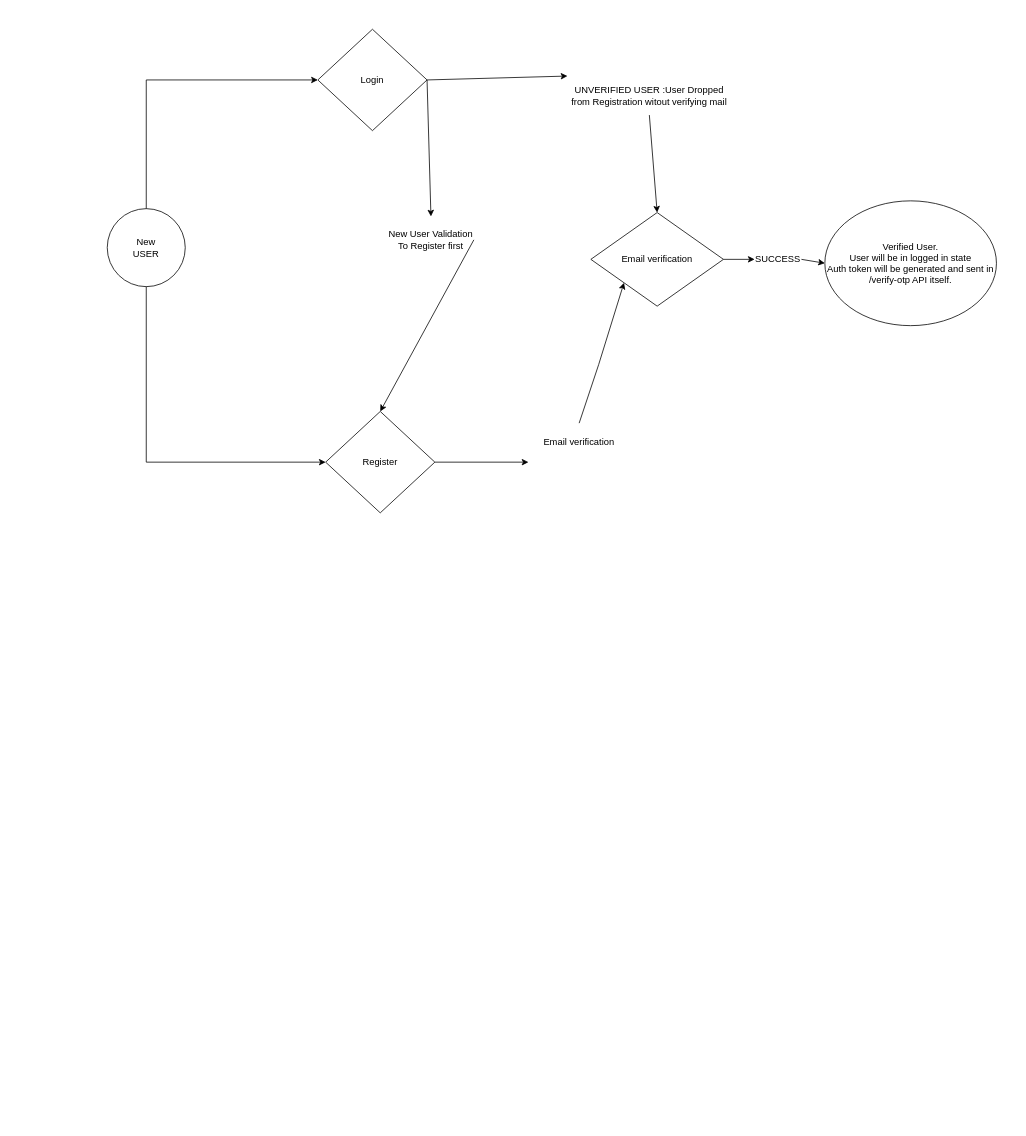
Above: TurnoverApiFlow.drawio in Dev280899/System-Designs (draw.io), before the change. Source tidied: cells renumbered, new cells numbered last; positions are measured from the earlier drawing's top-left corner, leaving out a move shared by most shapes. Both pictures are drawn from the tidied source at 78%, with x=0, y=0 at pixel (107, 29).
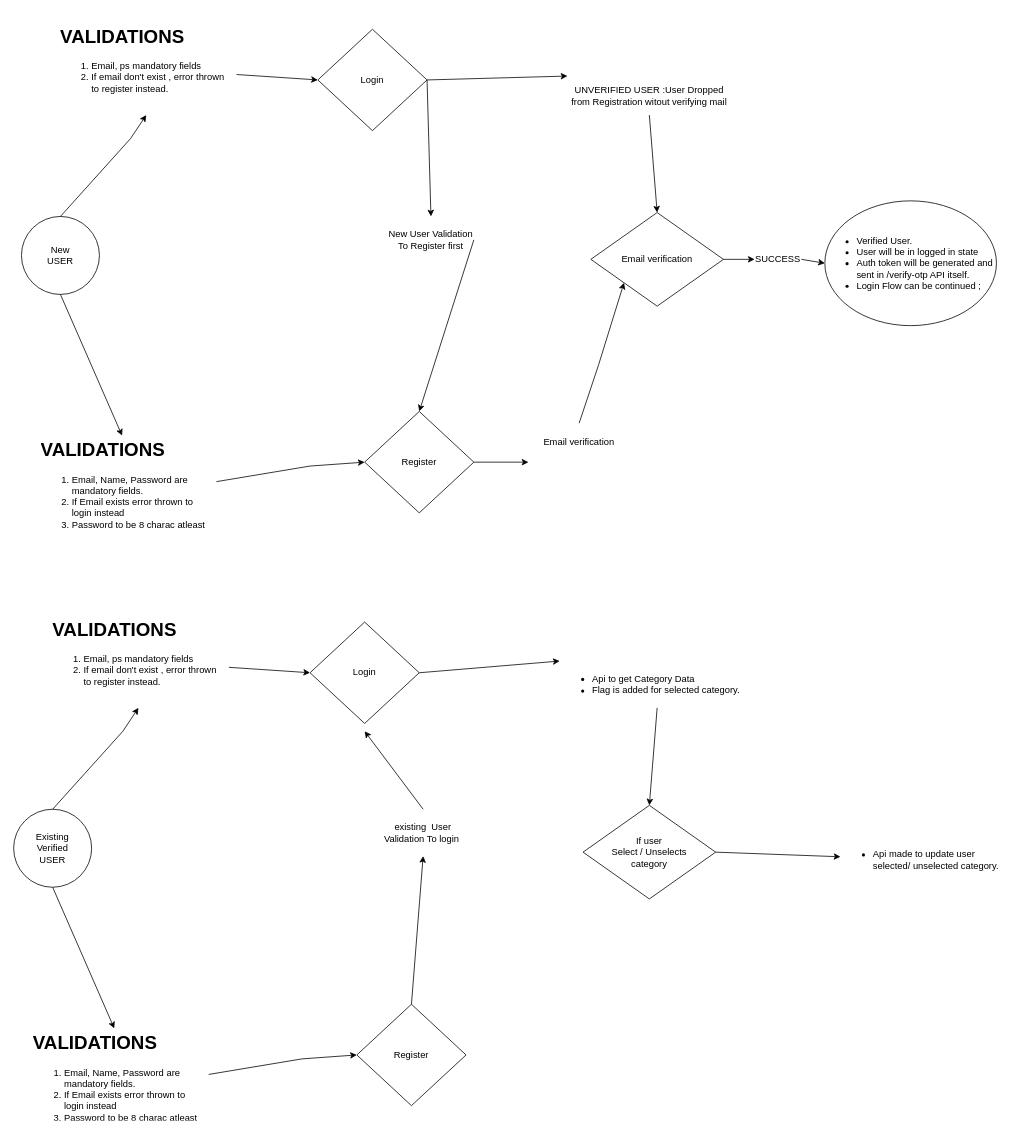
The same page after the edit.

The change refers to these unchanged cells:
```xml
<mxCell id="5" value="Login" style="rhombus;whiteSpace=wrap;html=1;" parent="1" vertex="1">
  <mxGeometry x="270" width="140" height="130" as="geometry" />
</mxCell>
```

Diff of the diagram source:
```diff
@@
     <mxCell id="2" value="New&lt;br&gt;USER" style="ellipse;whiteSpace=wrap;html=1;" parent="1" vertex="1">
-      <mxGeometry y="230" width="100" height="100" as="geometry" />
+      <mxGeometry x="-110" y="240" width="100" height="100" as="geometry" />
     </mxCell>
-    <mxCell id="3" style="endArrow=classic;html=1;rounded=0;exitX=0.5;exitY=1;exitDx=0;exitDy=0;entryX=0;entryY=0.5;entryDx=0;entryDy=0;" parent="1" edge="1" source="2" target="6">
+    <mxCell id="3" style="endArrow=classic;html=1;rounded=0;entryX=0;entryY=0.5;entryDx=0;entryDy=0;exitX=1;exitY=0.5;exitDx=0;exitDy=0;" parent="1" edge="1" source="22" target="6">
       <mxGeometry relative="1" as="geometry">
         <Array as="points">
-          <mxPoint x="50" y="555" />
+          <mxPoint x="260" y="560" />
         </Array>
       </mxGeometry>
     </mxCell>
-    <mxCell id="4" style="endArrow=classic;html=1;rounded=0;entryX=0;entryY=0.5;entryDx=0;entryDy=0;exitX=0.5;exitY=0;exitDx=0;exitDy=0;" parent="1" edge="1" source="2" target="5">
-      <mxGeometry relative="1" as="geometry">
-        <Array as="points">
-          <mxPoint x="50" y="65" />
-        </Array>
-      </mxGeometry>
+    <mxCell id="4" style="endArrow=classic;html=1;rounded=0;entryX=0;entryY=0.5;entryDx=0;entryDy=0;exitX=1.004;exitY=0.567;exitDx=0;exitDy=0;exitPerimeter=0;" parent="1" edge="1" source="24" target="5">
+      <mxGeometry relative="1" as="geometry" />
     </mxCell>
@@
     <mxCell id="6" value="Register" style="rhombus;whiteSpace=wrap;html=1;" parent="1" vertex="1">
-      <mxGeometry x="280" y="490" width="140" height="130" as="geometry" />
+      <mxGeometry x="330" y="490" width="140" height="130" as="geometry" />
     </mxCell>
@@
-    <mxCell id="18" value="Verified User.&lt;br&gt;User will be in logged in state&lt;br&gt;Auth token will be generated and sent in /verify-otp API itself." style="ellipse;whiteSpace=wrap;html=1;" parent="1" vertex="1">
+    <mxCell id="18" value="&lt;ul&gt;&lt;li style=&quot;text-align: left;&quot;&gt;Verified User.&lt;/li&gt;&lt;li style=&quot;text-align: left;&quot;&gt;User will be in logged in state&lt;/li&gt;&lt;li style=&quot;text-align: left;&quot;&gt;&lt;span style=&quot;background-color: initial;&quot;&gt;Auth token will be generated and sent in /verify-otp API itself.&lt;/span&gt;&lt;/li&gt;&lt;li style=&quot;text-align: left;&quot;&gt;&lt;span style=&quot;background-color: initial;&quot;&gt;Login Flow can be continued ;&lt;/span&gt;&lt;/li&gt;&lt;/ul&gt;&lt;div style=&quot;text-align: left;&quot;&gt;&lt;/div&gt;" style="ellipse;whiteSpace=wrap;html=1;" parent="1" vertex="1">
       <mxGeometry x="920" y="220" width="220" height="160" as="geometry" />
     </mxCell>
@@
+    <mxCell id="21" style="endArrow=classic;html=1;rounded=0;exitX=0.5;exitY=1;exitDx=0;exitDy=0;entryX=0.474;entryY=0.008;entryDx=0;entryDy=0;entryPerimeter=0;" parent="1" edge="1" source="2" target="22">
+      <mxGeometry relative="1" as="geometry" />
+    </mxCell>
+    <mxCell id="22" value="&lt;h1&gt;VALIDATIONS&lt;/h1&gt;&lt;div&gt;&lt;ol&gt;&lt;li&gt;Email, Name, Password are mandatory fields.&lt;/li&gt;&lt;li&gt;If Email exists error thrown to login instead&lt;/li&gt;&lt;li&gt;Password to be 8 charac atleast&lt;/li&gt;&lt;/ol&gt;&lt;/div&gt;" style="text;html=1;spacing=5;spacingTop=-20;whiteSpace=wrap;overflow=hidden;rounded=0;" parent="1" vertex="1">
+      <mxGeometry x="-90" y="520" width="230" height="120" as="geometry" />
+    </mxCell>
+    <mxCell id="23" style="endArrow=classic;html=1;rounded=0;exitX=0.5;exitY=0;exitDx=0;exitDy=0;entryX=0.5;entryY=1;entryDx=0;entryDy=0;" parent="1" edge="1" source="2" target="24">
+      <mxGeometry relative="1" as="geometry">
+        <Array as="points">
+          <mxPoint x="30" y="140" />
+        </Array>
+      </mxGeometry>
+    </mxCell>
+    <mxCell id="24" value="&lt;h1&gt;VALIDATIONS&lt;/h1&gt;&lt;div&gt;&lt;ol&gt;&lt;li&gt;Email, ps mandatory fields&lt;/li&gt;&lt;li&gt;If email don't exist , error thrown to register instead.&lt;/li&gt;&lt;/ol&gt;&lt;/div&gt;" style="text;html=1;spacing=5;spacingTop=-20;whiteSpace=wrap;overflow=hidden;rounded=0;" parent="1" vertex="1">
+      <mxGeometry x="-65" y="-10" width="230" height="120" as="geometry" />
+    </mxCell>
+    <mxCell id="25" value="Existing&lt;br&gt;Verified&lt;br&gt;USER" style="ellipse;whiteSpace=wrap;html=1;" parent="1" vertex="1">
+      <mxGeometry x="-120" y="1000" width="100" height="100" as="geometry" />
+    </mxCell>
+    <mxCell id="26" style="endArrow=classic;html=1;rounded=0;entryX=0;entryY=0.5;entryDx=0;entryDy=0;exitX=1;exitY=0.5;exitDx=0;exitDy=0;" parent="1" edge="1" source="38" target="29">
+      <mxGeometry relative="1" as="geometry">
+        <Array as="points">
+          <mxPoint x="250" y="1320" />
+        </Array>
+      </mxGeometry>
+    </mxCell>
+    <mxCell id="27" style="endArrow=classic;html=1;rounded=0;entryX=0;entryY=0.5;entryDx=0;entryDy=0;exitX=1.004;exitY=0.567;exitDx=0;exitDy=0;exitPerimeter=0;" parent="1" edge="1" source="40" target="28">
+      <mxGeometry relative="1" as="geometry" />
+    </mxCell>
+    <mxCell id="28" value="Login" style="rhombus;whiteSpace=wrap;html=1;" parent="1" vertex="1">
+      <mxGeometry x="260" y="760" width="140" height="130" as="geometry" />
+    </mxCell>
+    <mxCell id="29" value="Register" style="rhombus;whiteSpace=wrap;html=1;" parent="1" vertex="1">
+      <mxGeometry x="320" y="1250" width="140" height="130" as="geometry" />
+    </mxCell>
+    <mxCell id="30" style="endArrow=classic;html=1;rounded=0;entryX=0.5;entryY=1;entryDx=0;entryDy=0;exitX=0.5;exitY=0;exitDx=0;exitDy=0;" parent="1" edge="1" source="29" target="32">
+      <mxGeometry relative="1" as="geometry" />
+    </mxCell>
+    <mxCell id="31" style="endArrow=classic;html=1;rounded=0;exitX=0.5;exitY=0;exitDx=0;exitDy=0;" parent="1" edge="1" source="32">
+      <mxGeometry relative="1" as="geometry">
+        <mxPoint x="330" y="900" as="targetPoint" />
+      </mxGeometry>
+    </mxCell>
+    <mxCell id="32" value="existing&amp;nbsp; User Validation To login&amp;nbsp;" style="text;html=1;align=center;verticalAlign=middle;whiteSpace=wrap;rounded=0;" parent="1" vertex="1">
+      <mxGeometry x="350" y="1000" width="110" height="60" as="geometry" />
+    </mxCell>
+    <mxCell id="33" value="If user &lt;br&gt;Select / Unselects &lt;br&gt;category" style="rhombus;whiteSpace=wrap;html=1;" parent="1" vertex="1">
+      <mxGeometry x="610" y="995" width="170" height="120" as="geometry" />
+    </mxCell>
+    <mxCell id="34" style="endArrow=classic;html=1;rounded=0;entryX=0.5;entryY=0;entryDx=0;entryDy=0;exitX=0.5;exitY=1;exitDx=0;exitDy=0;" parent="1" edge="1" source="36" target="33">
+      <mxGeometry relative="1" as="geometry" />
+    </mxCell>
+    <mxCell id="35" style="endArrow=classic;html=1;rounded=0;exitX=1;exitY=0.5;exitDx=0;exitDy=0;entryX=0;entryY=0;entryDx=0;entryDy=0;" parent="1" edge="1" source="28" target="36">
+      <mxGeometry relative="1" as="geometry" />
+    </mxCell>
+    <mxCell id="36" value="&lt;ul&gt;&lt;li&gt;Api to get Category Data&lt;/li&gt;&lt;li style=&quot;&quot;&gt;Flag is added for selected category.&lt;/li&gt;&lt;/ul&gt;" style="text;html=1;align=left;verticalAlign=middle;whiteSpace=wrap;rounded=0;" parent="1" vertex="1">
+      <mxGeometry x="580" y="810" width="250" height="60" as="geometry" />
+    </mxCell>
+    <mxCell id="37" style="endArrow=classic;html=1;rounded=0;exitX=0.5;exitY=1;exitDx=0;exitDy=0;entryX=0.474;entryY=0.008;entryDx=0;entryDy=0;entryPerimeter=0;" parent="1" edge="1" source="25" target="38">
+      <mxGeometry relative="1" as="geometry" />
+    </mxCell>
+    <mxCell id="38" value="&lt;h1&gt;VALIDATIONS&lt;/h1&gt;&lt;div&gt;&lt;ol&gt;&lt;li&gt;Email, Name, Password are mandatory fields.&lt;/li&gt;&lt;li&gt;If Email exists error thrown to login instead&lt;/li&gt;&lt;li&gt;Password to be 8 charac atleast&lt;/li&gt;&lt;/ol&gt;&lt;/div&gt;" style="text;html=1;spacing=5;spacingTop=-20;whiteSpace=wrap;overflow=hidden;rounded=0;" parent="1" vertex="1">
+      <mxGeometry x="-100" y="1280" width="230" height="120" as="geometry" />
+    </mxCell>
+    <mxCell id="39" style="endArrow=classic;html=1;rounded=0;exitX=0.5;exitY=0;exitDx=0;exitDy=0;entryX=0.5;entryY=1;entryDx=0;entryDy=0;" parent="1" edge="1" source="25" target="40">
+      <mxGeometry relative="1" as="geometry">
+        <Array as="points">
+          <mxPoint x="20" y="900" />
+        </Array>
+      </mxGeometry>
+    </mxCell>
+    <mxCell id="40" value="&lt;h1&gt;VALIDATIONS&lt;/h1&gt;&lt;div&gt;&lt;ol&gt;&lt;li&gt;Email, ps mandatory fields&lt;/li&gt;&lt;li&gt;If email don't exist , error thrown to register instead.&lt;/li&gt;&lt;/ol&gt;&lt;/div&gt;" style="text;html=1;spacing=5;spacingTop=-20;whiteSpace=wrap;overflow=hidden;rounded=0;" parent="1" vertex="1">
+      <mxGeometry x="-75" y="750" width="230" height="120" as="geometry" />
+    </mxCell>
+    <mxCell id="41" style="endArrow=classic;html=1;rounded=0;exitX=1;exitY=0.5;exitDx=0;exitDy=0;" parent="1" edge="1" source="33" target="42">
+      <mxGeometry relative="1" as="geometry" />
+    </mxCell>
+    <mxCell id="42" value="&lt;ul&gt;&lt;li&gt;Api made to update user selected/ unselected category.&lt;/li&gt;&lt;/ul&gt;" style="text;html=1;align=left;verticalAlign=middle;whiteSpace=wrap;rounded=0;" parent="1" vertex="1">
+      <mxGeometry x="940" y="980" width="220" height="170" as="geometry" />
+    </mxCell>
```
